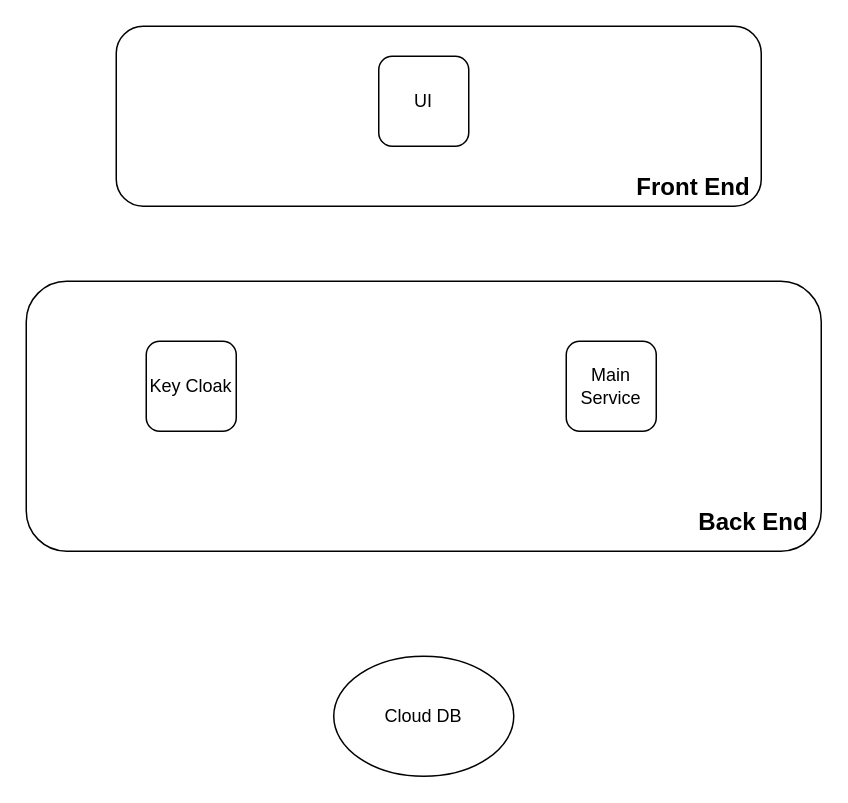
Above: Service_diagram.drawio in malshan1998/draw.io (draw.io), before the change. Source tidied: cells renumbered, new cells numbered last; positions are measured from the earlier drawing's top-left corner, leaving out a move shared by most shapes. Both pictures are drawn from the tidied source at 150%, with x=0, y=0 at pixel (26, 26).
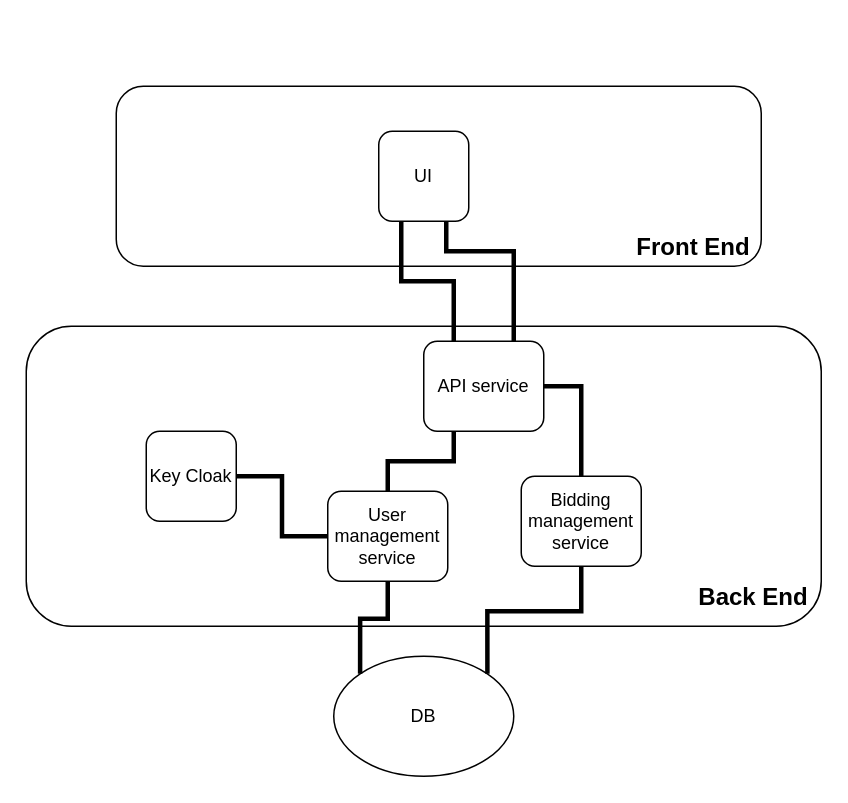
After the change.

Diff of the diagram source:
```diff
@@
-    <mxCell id="2" style="group;" parent="1" vertex="1">
-      <mxGeometry y="170" width="530" height="180" as="geometry" />
-    </mxCell>
+    <mxCell id="11" value="&lt;div&gt;DB&lt;/div&gt;" style="ellipse;whiteSpace=wrap;html=1;fillColor=none;" parent="1" vertex="1">
+      <mxGeometry x="205" y="420" width="120" height="80" as="geometry" />
+    </mxCell>
-    <mxCell id="3" style="rounded=1;whiteSpace=wrap;html=1;align=center;fillColor=none;" parent="2" vertex="1">
-      <mxGeometry width="530" height="180" as="geometry" />
+    <mxCell id="3" style="rounded=1;whiteSpace=wrap;html=1;align=center;fillColor=none;" parent="1" vertex="1">
+      <mxGeometry y="200" width="530" height="200" as="geometry" />
     </mxCell>
-    <mxCell id="4" value="Back End" style="rounded=0;whiteSpace=wrap;html=1;fillColor=none;strokeColor=none;fontStyle=1;fontSize=16;" parent="2" vertex="1">
-      <mxGeometry x="440" y="150" width="90" height="20" as="geometry" />
+    <mxCell id="4" value="Back End" style="rounded=0;whiteSpace=wrap;html=1;fillColor=none;strokeColor=none;fontStyle=1;fontSize=16;" parent="1" vertex="1">
+      <mxGeometry x="440" y="370" width="90" height="20" as="geometry" />
     </mxCell>
+    <mxCell id="12" style="edgeStyle=orthogonalEdgeStyle;rounded=0;jettySize=auto;html=1;exitX=1;exitY=0.5;exitDx=0;exitDy=0;entryX=0;entryY=0.5;entryDx=0;entryDy=0;endArrow=none;endFill=0;strokeWidth=3;" parent="1" edge="1" source="5" target="6">
+      <mxGeometry relative="1" as="geometry" />
+    </mxCell>
-    <mxCell id="5" value="Key Cloak" style="rounded=1;whiteSpace=wrap;html=1;fillColor=none;" parent="2" vertex="1">
-      <mxGeometry x="80" y="40" width="60" height="60" as="geometry" />
+    <mxCell id="5" value="Key Cloak" style="rounded=1;whiteSpace=wrap;html=1;fillColor=none;" parent="1" vertex="1">
+      <mxGeometry x="80" y="270" width="60" height="60" as="geometry" />
     </mxCell>
+    <mxCell id="13" style="edgeStyle=orthogonalEdgeStyle;rounded=0;jettySize=auto;html=1;exitX=0.5;exitY=1;exitDx=0;exitDy=0;entryX=0;entryY=0;entryDx=0;entryDy=0;strokeWidth=3;endArrow=none;endFill=0;" parent="1" edge="1" source="6" target="11">
+      <mxGeometry relative="1" as="geometry" />
+    </mxCell>
-    <mxCell id="6" value="Main Service" style="rounded=1;whiteSpace=wrap;html=1;fillColor=none;" parent="2" vertex="1">
-      <mxGeometry x="360" y="40" width="60" height="60" as="geometry" />
+    <mxCell id="6" value="User management service" style="rounded=1;whiteSpace=wrap;html=1;fillColor=none;" parent="1" vertex="1">
+      <mxGeometry x="201" y="310" width="80" height="60" as="geometry" />
     </mxCell>
-    <mxCell id="7" style="group;" parent="1" vertex="1">
-      <mxGeometry x="60" width="430" height="120" as="geometry" />
-    </mxCell>
+    <mxCell id="14" style="edgeStyle=orthogonalEdgeStyle;rounded=0;jettySize=auto;html=1;exitX=0.5;exitY=1;exitDx=0;exitDy=0;entryX=1;entryY=0;entryDx=0;entryDy=0;strokeWidth=3;endArrow=none;endFill=0;" parent="1" edge="1" source="15" target="11">
+      <mxGeometry relative="1" as="geometry" />
+    </mxCell>
+    <mxCell id="15" value="Bidding management service" style="rounded=1;whiteSpace=wrap;html=1;fillColor=none;" parent="1" vertex="1">
+      <mxGeometry x="330" y="300" width="80" height="60" as="geometry" />
+    </mxCell>
-    <mxCell id="8" style="rounded=1;whiteSpace=wrap;html=1;align=center;fillColor=none;" parent="7" vertex="1">
-      <mxGeometry width="430" height="120" as="geometry" />
+    <mxCell id="8" style="rounded=1;whiteSpace=wrap;html=1;align=center;fillColor=none;" parent="1" vertex="1">
+      <mxGeometry x="60" y="40" width="430" height="120" as="geometry" />
     </mxCell>
-    <mxCell id="9" value="Front End" style="rounded=0;whiteSpace=wrap;html=1;fillColor=none;strokeColor=none;fontStyle=1;fontSize=16;" parent="7" vertex="1">
-      <mxGeometry x="340" y="100" width="90" height="13.3" as="geometry" />
+    <mxCell id="9" value="Front End" style="rounded=0;whiteSpace=wrap;html=1;fillColor=none;strokeColor=none;fontStyle=1;fontSize=16;" parent="1" vertex="1">
+      <mxGeometry x="400" y="140" width="90" height="13.3" as="geometry" />
     </mxCell>
+    <mxCell id="16" style="edgeStyle=orthogonalEdgeStyle;rounded=0;jettySize=auto;html=1;exitX=0.25;exitY=1;exitDx=0;exitDy=0;entryX=0.25;entryY=0;entryDx=0;entryDy=0;strokeWidth=3;endArrow=none;endFill=0;" parent="1" edge="1" source="10" target="20">
+      <mxGeometry relative="1" as="geometry" />
+    </mxCell>
+    <mxCell id="17" style="edgeStyle=orthogonalEdgeStyle;rounded=0;jettySize=auto;html=1;exitX=0.75;exitY=1;exitDx=0;exitDy=0;entryX=0.75;entryY=0;entryDx=0;entryDy=0;endArrow=none;endFill=0;strokeWidth=3;" parent="1" edge="1" source="10" target="20">
+      <mxGeometry relative="1" as="geometry">
+        <Array as="points">
+          <mxPoint x="280" y="150" />
+          <mxPoint x="325" y="150" />
+        </Array>
+      </mxGeometry>
+    </mxCell>
-    <mxCell id="10" value="UI" style="rounded=1;whiteSpace=wrap;html=1;fillColor=none;" parent="7" vertex="1">
-      <mxGeometry x="175" y="20" width="60" height="60" as="geometry" />
+    <mxCell id="10" value="UI" style="rounded=1;whiteSpace=wrap;html=1;fillColor=none;" parent="1" vertex="1">
+      <mxGeometry x="235" y="70" width="60" height="60" as="geometry" />
     </mxCell>
-    <mxCell id="11" value="Cloud DB" style="ellipse;whiteSpace=wrap;html=1;fillColor=none;" parent="1" vertex="1">
-      <mxGeometry x="205" y="420" width="120" height="80" as="geometry" />
-    </mxCell>
+    <mxCell id="18" style="edgeStyle=orthogonalEdgeStyle;rounded=0;jettySize=auto;html=1;exitX=0.25;exitY=1;exitDx=0;exitDy=0;entryX=0.5;entryY=0;entryDx=0;entryDy=0;strokeWidth=3;endArrow=none;endFill=0;" parent="1" edge="1" source="20" target="6">
+      <mxGeometry relative="1" as="geometry" />
+    </mxCell>
+    <mxCell id="19" style="edgeStyle=orthogonalEdgeStyle;rounded=0;jettySize=auto;html=1;exitX=1;exitY=0.5;exitDx=0;exitDy=0;entryX=0.5;entryY=0;entryDx=0;entryDy=0;strokeWidth=3;endArrow=none;endFill=0;" parent="1" edge="1" source="20" target="15">
+      <mxGeometry relative="1" as="geometry" />
+    </mxCell>
+    <mxCell id="20" value="API service" style="rounded=1;whiteSpace=wrap;html=1;fillColor=none;" parent="1" vertex="1">
+      <mxGeometry x="265" y="210" width="80" height="60" as="geometry" />
+    </mxCell>
```
